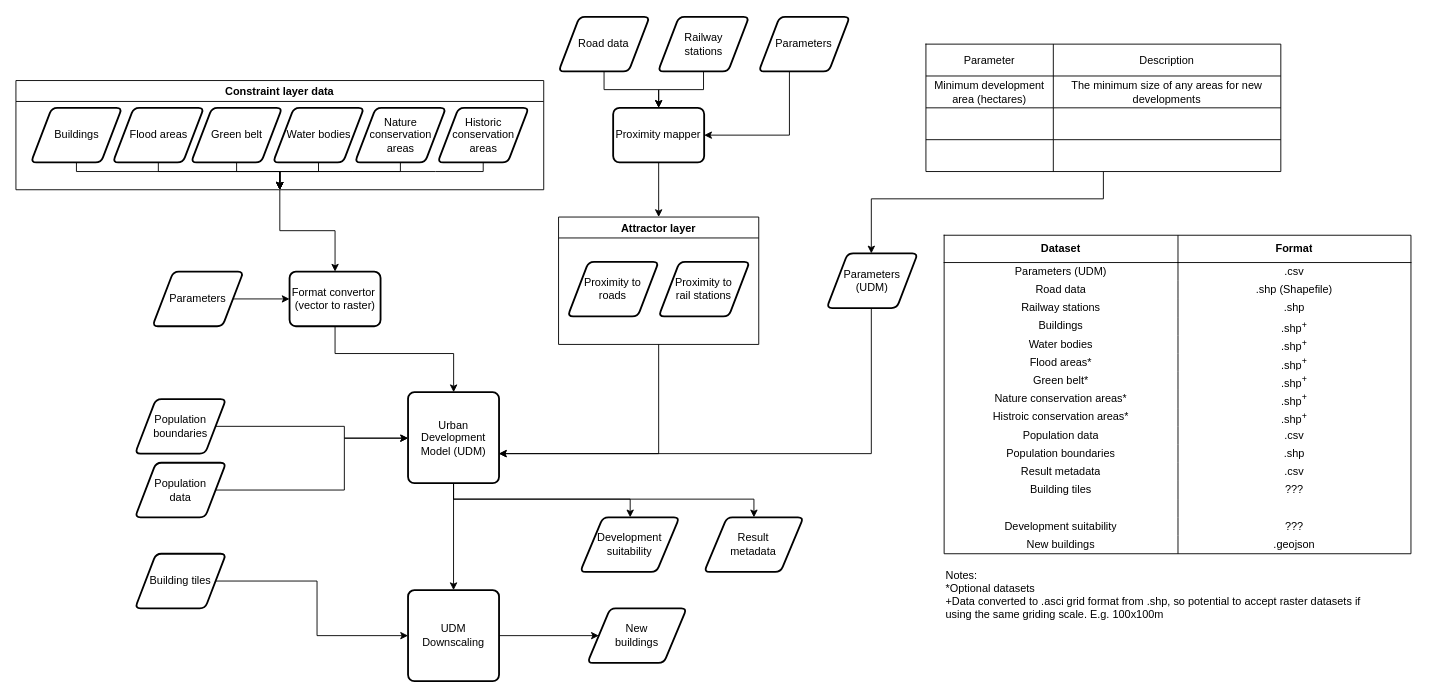
The draw.io diagram udm/openclim-udm-workflow.drawio in OpenCLIM/workflow-diagrams, before the edit. Source tidied: cells renumbered, new cells numbered last; positions are measured from the earlier drawing's top-left corner, leaving out a move shared by most shapes. Both pictures are drawn from the tidied source at 91%, with x=0, y=0 at pixel (15, 16).
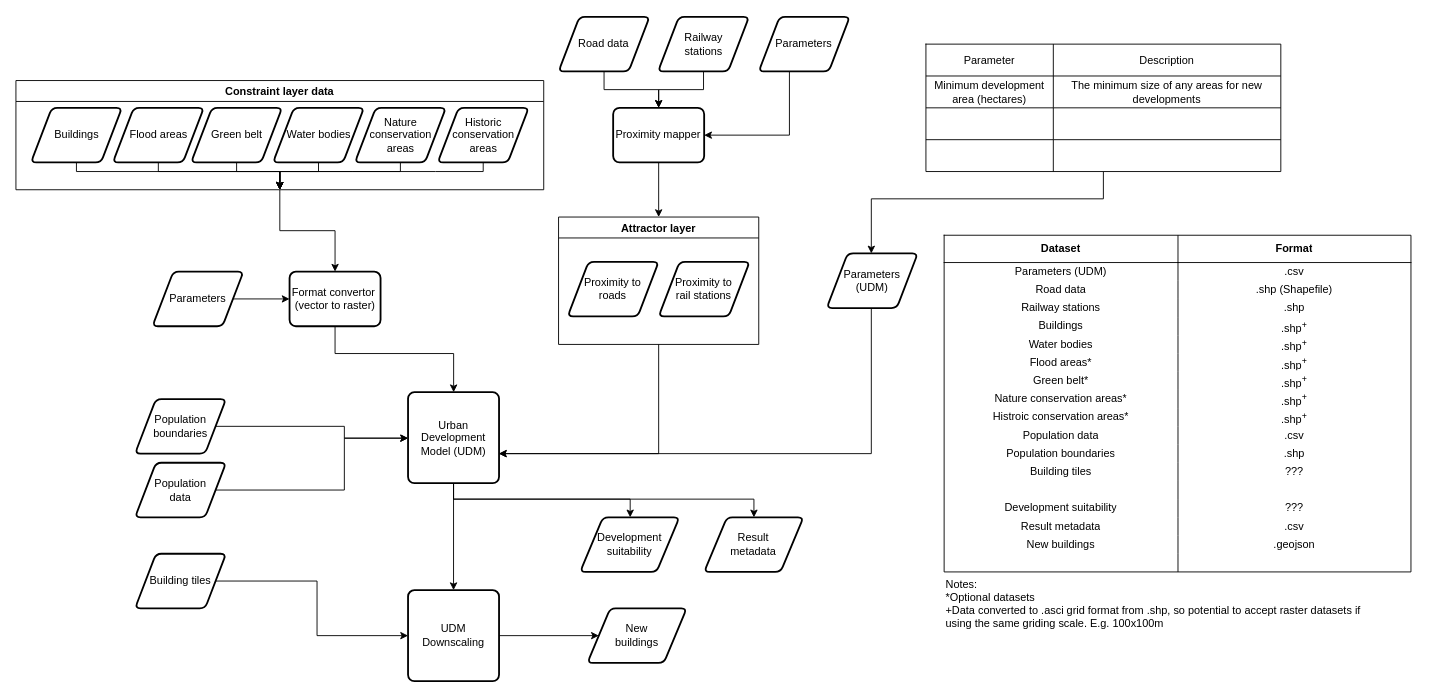
After the change.

Change to the diagram source:
```diff
@@
     <mxCell id="45" style="shape=table;html=1;whiteSpace=wrap;startSize=0;childLayout=tableLayout;spacingTop=0;rowLines=0;" parent="1" vertex="1">
-      <mxGeometry x="1020" y="240" width="513" height="350" as="geometry" />
+      <mxGeometry x="1020" y="240" width="513" height="370" as="geometry" />
     </mxCell>
@@
-    <mxCell id="82" style="shape=partialRectangle;html=1;whiteSpace=wrap;fillColor=none;top=0;left=0;bottom=0;right=0;strokeColor=none;" parent="45" vertex="1">
-      <mxGeometry y="250" width="513" height="20" as="geometry" />
-    </mxCell>
-    <mxCell id="83" value="Result metadata" style="shape=partialRectangle;html=1;whiteSpace=wrap;fillColor=none;top=0;left=0;bottom=0;right=0;overflow=hidden;strokeColor=none;" parent="82" vertex="1">
-      <mxGeometry width="257" height="20" as="geometry" />
-    </mxCell>
-    <mxCell id="84" value=".csv" style="shape=partialRectangle;html=1;whiteSpace=wrap;fillColor=none;top=0;left=0;bottom=0;right=0;overflow=hidden;strokeColor=none;" parent="82" vertex="1">
-      <mxGeometry x="257" width="256" height="20" as="geometry" />
-    </mxCell>
     <mxCell id="85" style="shape=partialRectangle;html=1;whiteSpace=wrap;fillColor=none;top=0;left=0;bottom=0;right=0;strokeColor=none;" parent="45" vertex="1">
-      <mxGeometry y="270" width="513" height="20" as="geometry" />
+      <mxGeometry y="250" width="513" height="20" as="geometry" />
     </mxCell>
@@
     <mxCell id="88" style="shape=partialRectangle;html=1;whiteSpace=wrap;fillColor=none;top=0;left=0;bottom=0;right=0;strokeColor=none;" parent="45" vertex="1">
-      <mxGeometry y="290" width="513" height="20" as="geometry" />
+      <mxGeometry y="270" width="513" height="20" as="geometry" />
     </mxCell>
@@
     <mxCell id="91" style="shape=partialRectangle;html=1;whiteSpace=wrap;fillColor=none;top=0;left=0;bottom=0;right=0;strokeColor=none;" parent="45" vertex="1">
-      <mxGeometry y="310" width="513" height="20" as="geometry" />
+      <mxGeometry y="290" width="513" height="20" as="geometry" />
     </mxCell>
@@
+    <mxCell id="117" style="shape=partialRectangle;html=1;whiteSpace=wrap;fillColor=none;top=0;left=0;bottom=0;right=0;strokeColor=none;" parent="45" vertex="1">
+      <mxGeometry y="310" width="513" height="20" as="geometry" />
+    </mxCell>
+    <mxCell id="83" value="Result metadata" style="shape=partialRectangle;html=1;whiteSpace=wrap;fillColor=none;top=0;left=0;bottom=0;right=0;overflow=hidden;strokeColor=none;" parent="117" vertex="1">
+      <mxGeometry width="257" height="20" as="geometry" />
+    </mxCell>
+    <mxCell id="84" value=".csv" style="shape=partialRectangle;html=1;whiteSpace=wrap;fillColor=none;top=0;left=0;bottom=0;right=0;overflow=hidden;strokeColor=none;" parent="117" vertex="1">
+      <mxGeometry x="257" width="256" height="20" as="geometry" />
+    </mxCell>
@@
+    <mxCell id="118" style="shape=partialRectangle;html=1;whiteSpace=wrap;fillColor=none;top=0;left=0;bottom=0;right=0;strokeColor=none;" parent="45" vertex="1">
+      <mxGeometry y="350" width="513" height="20" as="geometry" />
+    </mxCell>
+    <mxCell id="119" style="shape=partialRectangle;html=1;whiteSpace=wrap;fillColor=none;top=0;left=0;bottom=0;right=0;overflow=hidden;strokeColor=none;" parent="118" vertex="1">
+      <mxGeometry width="257" height="20" as="geometry" />
+    </mxCell>
+    <mxCell id="120" style="shape=partialRectangle;html=1;whiteSpace=wrap;fillColor=none;top=0;left=0;bottom=0;right=0;overflow=hidden;strokeColor=none;" parent="118" vertex="1">
+      <mxGeometry x="257" width="256" height="20" as="geometry" />
+    </mxCell>
     <mxCell id="97" value="Notes:&lt;br&gt;*Optional datasets&lt;br&gt;+Data converted to .asci grid format from .shp, so potential to accept raster datasets if using the same griding scale. E.g. 100x100m" style="text;html=1;strokeColor=none;fillColor=none;align=left;verticalAlign=top;whiteSpace=wrap;rounded=0;" parent="1" vertex="1">
-      <mxGeometry x="1020" y="600" width="460" height="100" as="geometry" />
+      <mxGeometry x="1020" y="610" width="460" height="100" as="geometry" />
     </mxCell>
```
